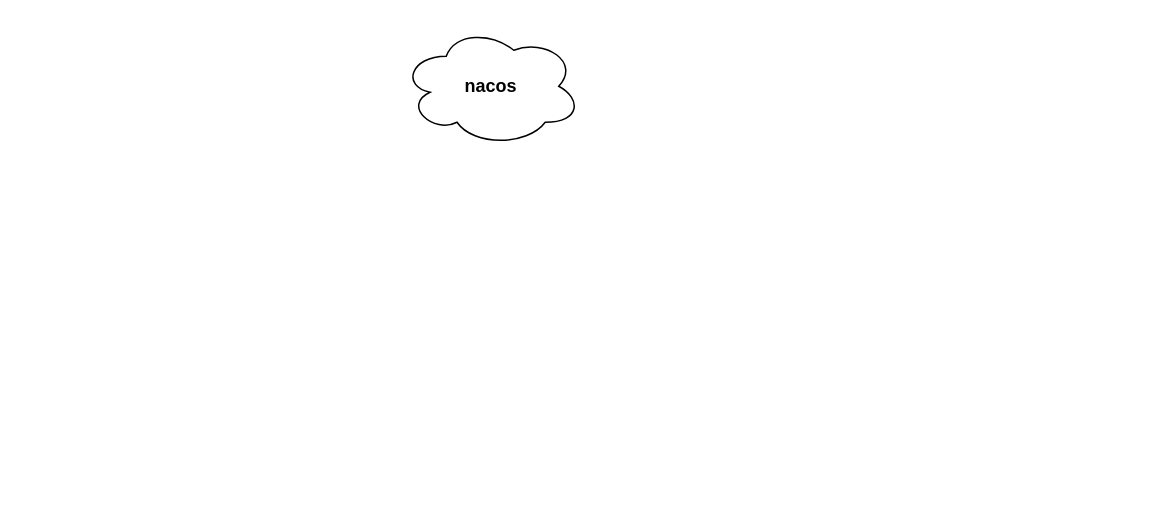
Above: sentinel-nacos.drawio in ChrisFynnWang/algorithm (draw.io), before the change. Source tidied: cells renumbered, new cells numbered last; positions are measured from the earlier drawing's top-left corner, leaving out a move shared by most shapes. Both pictures are drawn from the tidied source at 150%, with x=0, y=0 at pixel (400, 26).
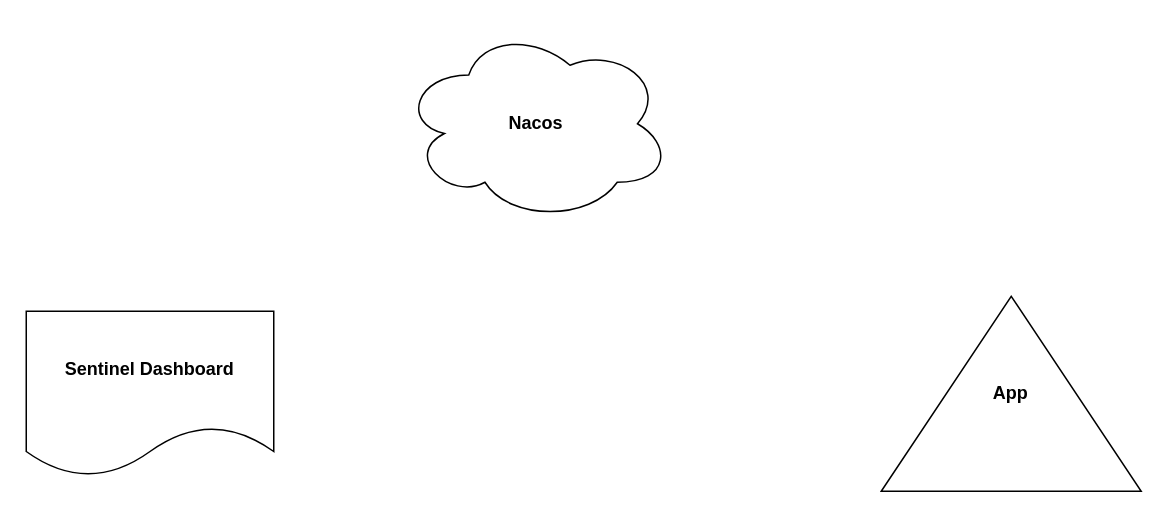
Above is the later version.

What changed in the source:
```diff
@@
 <mxGraphModel>
   <root>
     <mxCell id="0" />
     <mxCell id="1" parent="0" />
-    <mxCell id="2" value="&lt;b&gt;nacos&lt;/b&gt;" style="ellipse;shape=cloud;whiteSpace=wrap;html=1;" parent="1" vertex="1">
-      <mxGeometry width="120" height="80" as="geometry" />
+    <mxCell id="2" value="&lt;b&gt;Nacos&lt;/b&gt;" style="ellipse;shape=cloud;whiteSpace=wrap;html=1;" parent="1" vertex="1">
+      <mxGeometry width="180" height="130" as="geometry" />
     </mxCell>
+    <mxCell id="3" value="App" style="triangle;whiteSpace=wrap;html=1;direction=north;fontStyle=1;" parent="1" vertex="1">
+      <mxGeometry x="320" y="180" width="173.3" height="130" as="geometry" />
+    </mxCell>
+    <mxCell id="4" value="Sentinel Dashboard" style="shape=document;whiteSpace=wrap;html=1;boundedLbl=1;fontStyle=1;" parent="1" vertex="1">
+      <mxGeometry x="-250" y="190" width="165" height="110" as="geometry" />
+    </mxCell>
   </root>
 </mxGraphModel>
```
